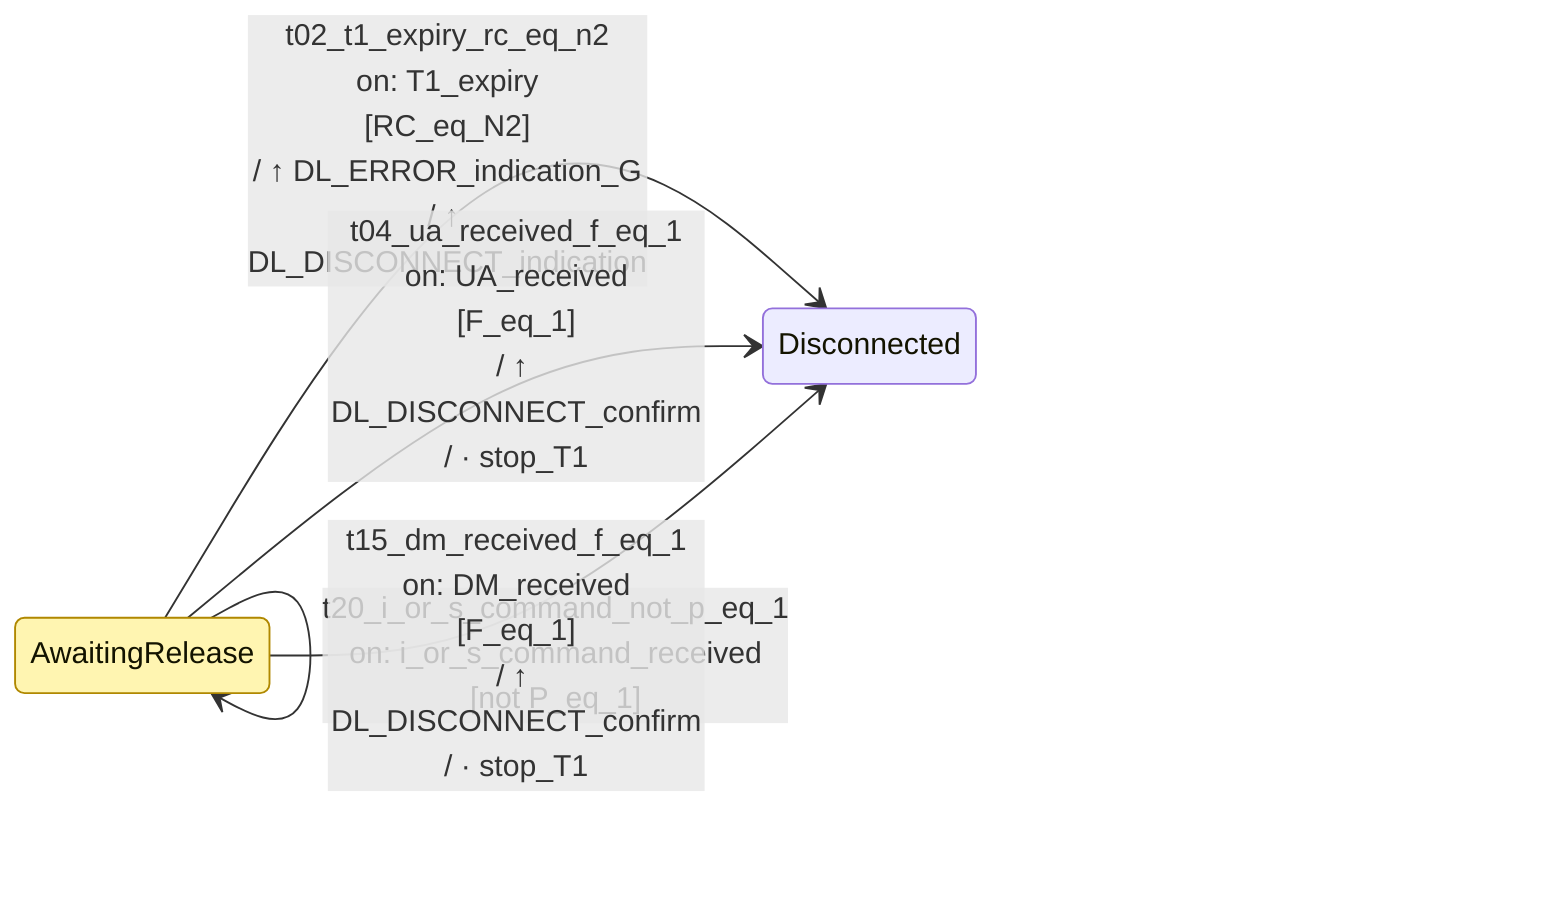
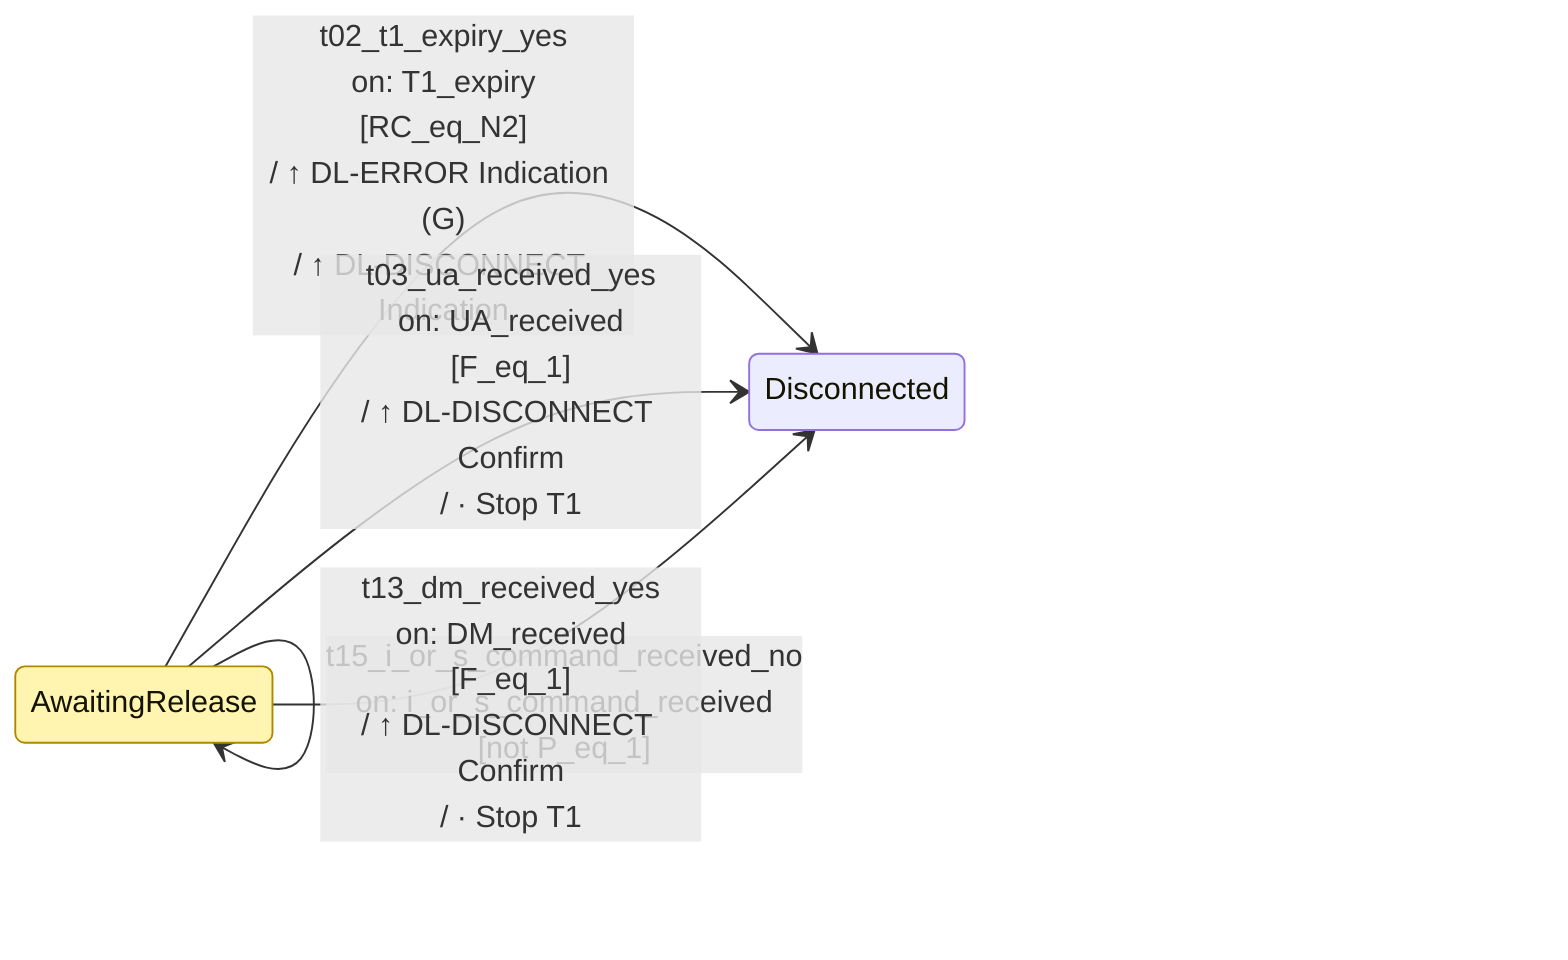
%% This file was produced by codegen/src/Packet.Sdl.CodeGen from spec-sdl/v2.2-errata/data-link/awaiting_release.sdl.yaml
%% Do not edit by hand. Run `dotnet run --project codegen/src/Packet.Sdl.CodeGen` to regenerate.
%%
%% Source: ax.25.2.2.4_Oct_25, figure figc4.3
- %% URL: https://raw.githubusercontent.com/packethacking/ax25spec/main/doc/media/figc4.3.png
%% Coverage: complete
%%
%% Important: this rendering is approximate and intentionally
%% looks nothing like the original SDL figure. It is a machine-
%% generated view of the transitions in the .sdl.yaml — useful
%% for spotting transcription bugs (missing transitions, wrong
%% destination state) but NOT a substitute for reading the spec
%% figure itself. See docs/sdl-primer.md.

stateDiagram-v2
    direction LR

    classDef focal fill:#fff5b1,stroke:#b08800;
    class AwaitingRelease focal
    AwaitingRelease --> AwaitingRelease: t01_dl_disconnect_request<br/>on: DL_DISCONNECT_request<br/>/ ↓ Expedited DM
-     AwaitingRelease --> Disconnected: t02_t1_expiry_rc_eq_n2<br/>on: T1_expiry<br/>[RC_eq_N2]<br/>/ ↑ DL_ERROR_indication_G<br/>/ ↑ DL_DISCONNECT_indication
-     AwaitingRelease --> AwaitingRelease: t03_t1_expiry_rc_neq_n2<br/>on: T1_expiry<br/>[not RC_eq_N2]<br/>/ · RC := RC + 1<br/>/ ↓ DISC (P = 1)<br/>/ →() Select_T1_Value<br/>/ · start_T1
-     AwaitingRelease --> Disconnected: t04_ua_received_f_eq_1<br/>on: UA_received<br/>[F_eq_1]<br/>/ ↑ DL_DISCONNECT_confirm<br/>/ · stop_T1
-     AwaitingRelease --> AwaitingRelease: t05_ua_received_not_f_eq_1<br/>on: UA_received<br/>[not F_eq_1]<br/>/ ↑ DL_ERROR_indication_D
-     AwaitingRelease --> AwaitingRelease: t06_all_other_primitives_from_upper_layer<br/>on: all_other_primitives__from_upper_layer
-     AwaitingRelease --> AwaitingRelease: t07_dl_unit_data_request<br/>on: DL_UNIT_DATA_request<br/>/ ↓ UI_command
-     AwaitingRelease --> AwaitingRelease: t08_all_other_primitives_from_lower_layer<br/>on: all_other_primitives__from_lower_layer
-     AwaitingRelease --> AwaitingRelease: t09_control_field_error<br/>on: control_field_error<br/>/ ↑ DL_ERROR_indication_L
-     AwaitingRelease --> AwaitingRelease: t10_info_not_permitted_in_frame<br/>on: info_not_permitted_in_frame<br/>/ ↑ DL_ERROR_indication_M
-     AwaitingRelease --> AwaitingRelease: t11_u_or_s_frame_length_error<br/>on: u_or_s_frame_length_error<br/>/ ↑ DL_ERROR_indication_N
-     AwaitingRelease --> AwaitingRelease: t12_sabm_received<br/>on: SABM_received<br/>/ · F := P<br/>/ ↓ Expedited DM
-     AwaitingRelease --> AwaitingRelease: t13_sabme_received<br/>on: SABME_received<br/>/ · F := P<br/>/ ↓ Expedited DM
-     AwaitingRelease --> AwaitingRelease: t14_disc_received<br/>on: DISC_received<br/>/ · F := P<br/>/ ↓ Expedited UA
-     AwaitingRelease --> Disconnected: t15_dm_received_f_eq_1<br/>on: DM_received<br/>[F_eq_1]<br/>/ ↑ DL_DISCONNECT_confirm<br/>/ · stop_T1
-     AwaitingRelease --> AwaitingRelease: t16_dm_received_not_f_eq_1<br/>on: DM_received<br/>[not F_eq_1]
-     AwaitingRelease --> AwaitingRelease: t17_ui_received_p_eq_1<br/>on: UI_received<br/>[P_eq_1]<br/>/ →() UI_Check<br/>/ ↓ DM (F = 1)
-     AwaitingRelease --> AwaitingRelease: t18_ui_received_not_p_eq_1<br/>on: UI_received<br/>[not P_eq_1]<br/>/ →() UI_Check
-     AwaitingRelease --> AwaitingRelease: t19_i_or_s_command_p_eq_1<br/>on: i_or_s_command_received<br/>[P_eq_1]<br/>/ ↓ DM (F = 1)
-     AwaitingRelease --> AwaitingRelease: t20_i_or_s_command_not_p_eq_1<br/>on: i_or_s_command_received<br/>[not P_eq_1]
+     AwaitingRelease --> Disconnected: t02_t1_expiry_yes<br/>on: T1_expiry<br/>[RC_eq_N2]<br/>/ ↑ DL-ERROR Indication (G)<br/>/ ↑ DL-DISCONNECT Indication
+     AwaitingRelease --> AwaitingRelease: t02_t1_expiry_no<br/>on: T1_expiry<br/>[not RC_eq_N2]<br/>/ · RC := RC + 1<br/>/ ↓ DISC (P = 1)<br/>/ →() Select_T1_Value<br/>/ · Start T1
+     AwaitingRelease --> Disconnected: t03_ua_received_yes<br/>on: UA_received<br/>[F_eq_1]<br/>/ ↑ DL-DISCONNECT Confirm<br/>/ · Stop T1
+     AwaitingRelease --> AwaitingRelease: t03_ua_received_no<br/>on: UA_received<br/>[not F_eq_1]<br/>/ ↑ DL-ERROR Indication (D)
+     AwaitingRelease --> AwaitingRelease: t04_all_other_primitives__from_upper_layer<br/>on: all_other_primitives__from_upper_layer
+     AwaitingRelease --> AwaitingRelease: t05_dl_unit_data_request<br/>on: DL_UNIT_DATA_request<br/>/ ↓ UI Command
+     AwaitingRelease --> AwaitingRelease: t06_all_other_primitives__from_lower_layer<br/>on: all_other_primitives__from_lower_layer
+     AwaitingRelease --> AwaitingRelease: t07_control_field_error<br/>on: control_field_error<br/>/ ↑ DL-ERROR Indication (L)
+     AwaitingRelease --> AwaitingRelease: t08_info_not_permitted_in_frame<br/>on: info_not_permitted_in_frame<br/>/ ↑ DL-ERROR Indication (M)
+     AwaitingRelease --> AwaitingRelease: t09_u_or_s_frame_length_error<br/>on: u_or_s_frame_length_error<br/>/ ↑ DL-ERROR Indication (N)
+     AwaitingRelease --> AwaitingRelease: t10_sabm_received<br/>on: SABM_received<br/>/ · F := P<br/>/ ↓ Expedited DM
+     AwaitingRelease --> AwaitingRelease: t11_sabme_received<br/>on: SABME_received<br/>/ · F := P<br/>/ ↓ Expedited DM
+     AwaitingRelease --> AwaitingRelease: t12_disc_received<br/>on: DISC_received<br/>/ · F := P<br/>/ ↓ Expedited UA
+     AwaitingRelease --> Disconnected: t13_dm_received_yes<br/>on: DM_received<br/>[F_eq_1]<br/>/ ↑ DL-DISCONNECT Confirm<br/>/ · Stop T1
+     AwaitingRelease --> AwaitingRelease: t13_dm_received_no<br/>on: DM_received<br/>[not F_eq_1]
+     AwaitingRelease --> AwaitingRelease: t14_ui_received_yes<br/>on: UI_received<br/>[P_eq_1]<br/>/ →() UI Check<br/>/ ↓ DM (F = 1)
+     AwaitingRelease --> AwaitingRelease: t14_ui_received_no<br/>on: UI_received<br/>[not P_eq_1]<br/>/ →() UI Check
+     AwaitingRelease --> AwaitingRelease: t15_i_or_s_command_received_yes<br/>on: i_or_s_command_received<br/>[P_eq_1]<br/>/ ↓ DM (F = 1)
+     AwaitingRelease --> AwaitingRelease: t15_i_or_s_command_received_no<br/>on: i_or_s_command_received<br/>[not P_eq_1]
